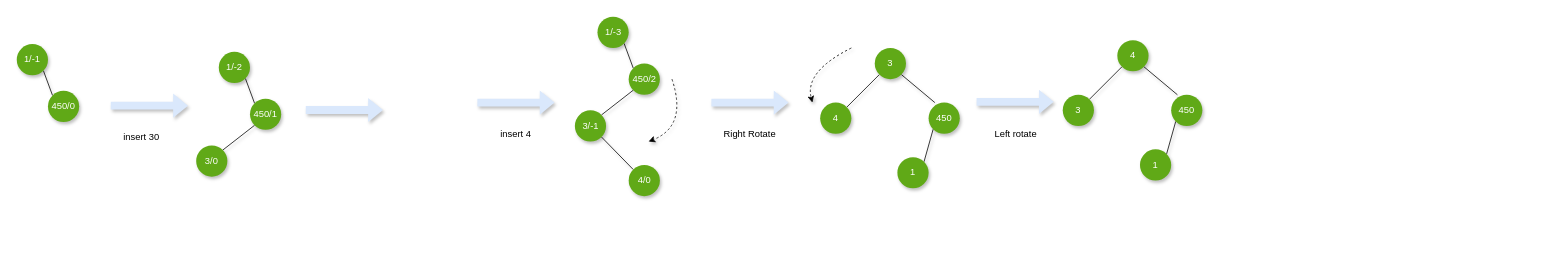
This is pages/programming/data-structure-and-algorithms/bst-avl-red-black.drawio from songtianyi/songtianyi.github.io, a draw.io file, before an edit. Source tidied: cells renumbered, new cells numbered last; positions are measured from the earlier drawing's top-left corner, leaving out a move shared by most shapes. Both pictures are drawn from the tidied source at 78%, with x=0, y=0 at pixel (16, 16).
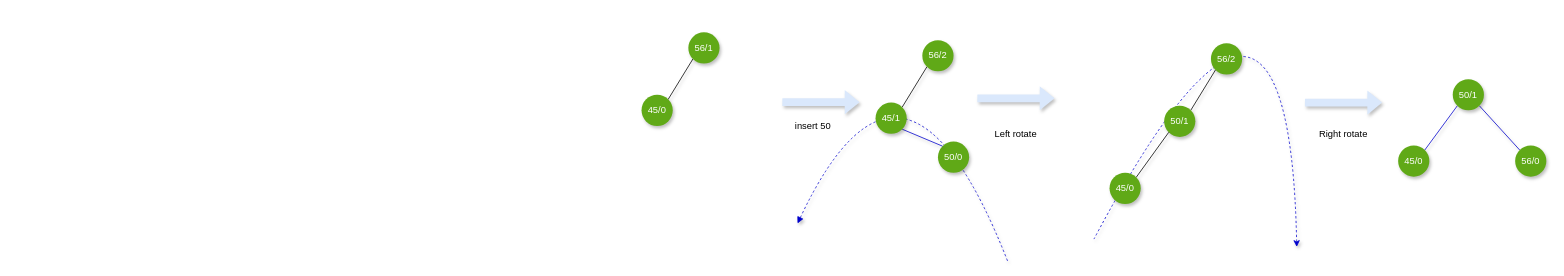
The same diagram, later.

What changed in the source:
```diff
@@
-    <mxCell id="1" parent="0" />
-    <mxCell id="2" style="shape=flexArrow;endArrow=classic;html=1;fillColor=#dae8fc;shadow=1;strokeColor=none;" parent="1" edge="1">
-      <mxGeometry relative="1" as="geometry">
-        <mxPoint x="890" y="110" as="sourcePoint" />
-        <mxPoint x="990" y="110" as="targetPoint" />
-      </mxGeometry>
-    </mxCell>
-    <mxCell id="3" style="curved=1;endArrow=classic;html=1;shadow=1;dashed=1;" parent="1" edge="1">
-      <mxGeometry relative="1" as="geometry">
-        <mxPoint x="840" y="80" as="sourcePoint" />
-        <mxPoint x="810" y="160" as="targetPoint" />
-        <Array as="points">
-          <mxPoint x="860" y="140" />
-        </Array>
-      </mxGeometry>
-    </mxCell>
-    <mxCell id="4" style="rounded=0;jettySize=auto;html=1;exitX=1;exitY=1;exitDx=0;exitDy=0;entryX=0;entryY=0;entryDx=0;entryDy=0;endArrow=none;endFill=0;shadow=1;fillColor=#60a917;" parent="1" edge="1" source="5" target="7">
-      <mxGeometry relative="1" as="geometry" />
-    </mxCell>
-    <mxCell id="5" value="1/-3" style="ellipse;whiteSpace=wrap;html=1;shadow=1;fillColor=#60a917;fontColor=#ffffff;strokeColor=none;" parent="1" vertex="1">
-      <mxGeometry x="744.5" width="40" height="40" as="geometry" />
-    </mxCell>
-    <mxCell id="6" style="edgeStyle=none;rounded=0;jettySize=auto;html=1;exitX=0;exitY=1;exitDx=0;exitDy=0;entryX=1;entryY=0;entryDx=0;entryDy=0;endArrow=none;endFill=0;shadow=1;fillColor=#60a917;" parent="1" edge="1" source="7" target="9">
-      <mxGeometry relative="1" as="geometry" />
-    </mxCell>
-    <mxCell id="7" value="450/2" style="ellipse;whiteSpace=wrap;html=1;shadow=1;fillColor=#60a917;fontColor=#ffffff;strokeColor=none;" parent="1" vertex="1">
-      <mxGeometry x="784.5" y="60" width="40" height="40" as="geometry" />
-    </mxCell>
-    <mxCell id="8" style="edgeStyle=none;rounded=0;jettySize=auto;html=1;exitX=1;exitY=1;exitDx=0;exitDy=0;entryX=0;entryY=0;entryDx=0;entryDy=0;shadow=1;endArrow=none;endFill=0;" parent="1" edge="1" source="9" target="10">
-      <mxGeometry relative="1" as="geometry" />
-    </mxCell>
-    <mxCell id="9" value="3/-1" style="ellipse;whiteSpace=wrap;html=1;shadow=1;fillColor=#60a917;fontColor=#ffffff;strokeColor=none;" parent="1" vertex="1">
-      <mxGeometry x="715.5" y="120" width="40" height="40" as="geometry" />
-    </mxCell>
-    <mxCell id="10" value="4/0" style="ellipse;whiteSpace=wrap;html=1;shadow=1;fillColor=#60a917;fontColor=#ffffff;strokeColor=none;" parent="1" vertex="1">
-      <mxGeometry x="784.5" y="190" width="40" height="40" as="geometry" />
-    </mxCell>
-    <mxCell id="11" style="edgeStyle=none;rounded=0;jettySize=auto;html=1;exitX=0;exitY=1;exitDx=0;exitDy=0;entryX=1;entryY=0;entryDx=0;entryDy=0;shadow=1;endArrow=none;endFill=0;" parent="1" edge="1" source="13" target="14">
-      <mxGeometry relative="1" as="geometry" />
-    </mxCell>
-    <mxCell id="12" style="edgeStyle=none;rounded=0;jettySize=auto;html=1;exitX=1;exitY=1;exitDx=0;exitDy=0;entryX=0.2;entryY=0;entryDx=0;entryDy=0;entryPerimeter=0;shadow=1;endArrow=none;endFill=0;" parent="1" edge="1" source="13" target="16">
-      <mxGeometry relative="1" as="geometry" />
-    </mxCell>
-    <mxCell id="13" value="3" style="ellipse;whiteSpace=wrap;html=1;shadow=1;fillColor=#60a917;fontColor=#ffffff;strokeColor=none;" parent="1" vertex="1">
-      <mxGeometry x="1100" y="40" width="40" height="40" as="geometry" />
-    </mxCell>
-    <mxCell id="14" value="4" style="ellipse;whiteSpace=wrap;html=1;shadow=1;fillColor=#60a917;fontColor=#ffffff;strokeColor=none;" parent="1" vertex="1">
-      <mxGeometry x="1030" y="110" width="40" height="40" as="geometry" />
-    </mxCell>
-    <mxCell id="15" style="edgeStyle=none;rounded=0;jettySize=auto;html=1;exitX=0;exitY=1;exitDx=0;exitDy=0;entryX=1;entryY=0;entryDx=0;entryDy=0;shadow=1;endArrow=none;endFill=0;" parent="1" edge="1" source="16" target="17">
-      <mxGeometry relative="1" as="geometry" />
-    </mxCell>
-    <mxCell id="16" value="450" style="ellipse;whiteSpace=wrap;html=1;shadow=1;fillColor=#60a917;fontColor=#ffffff;strokeColor=none;" parent="1" vertex="1">
-      <mxGeometry x="1169" y="110" width="40" height="40" as="geometry" />
-    </mxCell>
-    <mxCell id="17" value="1" style="ellipse;whiteSpace=wrap;html=1;shadow=1;fillColor=#60a917;fontColor=#ffffff;strokeColor=none;" parent="1" vertex="1">
-      <mxGeometry x="1129" y="180" width="40" height="40" as="geometry" />
-    </mxCell>
-    <mxCell id="18" value="Right Rotate" style="text;html=1;strokeColor=none;fillColor=none;align=center;verticalAlign=middle;whiteSpace=wrap;rounded=0;" parent="1" vertex="1">
-      <mxGeometry x="880" y="140" width="120" height="20" as="geometry" />
-    </mxCell>
-    <mxCell id="19" style="edgeStyle=none;rounded=0;jettySize=auto;html=1;exitX=0;exitY=1;exitDx=0;exitDy=0;entryX=1;entryY=0;entryDx=0;entryDy=0;shadow=1;endArrow=none;endFill=0;" parent="1" edge="1" source="21" target="22">
-      <mxGeometry relative="1" as="geometry" />
-    </mxCell>
-    <mxCell id="20" style="edgeStyle=none;rounded=0;jettySize=auto;html=1;exitX=1;exitY=1;exitDx=0;exitDy=0;entryX=0.2;entryY=0;entryDx=0;entryDy=0;entryPerimeter=0;shadow=1;endArrow=none;endFill=0;" parent="1" edge="1" source="21" target="24">
-      <mxGeometry relative="1" as="geometry" />
-    </mxCell>
-    <mxCell id="21" value="4" style="ellipse;whiteSpace=wrap;html=1;shadow=1;fillColor=#60a917;fontColor=#ffffff;strokeColor=none;" parent="1" vertex="1">
-      <mxGeometry x="1411" y="30" width="40" height="40" as="geometry" />
-    </mxCell>
-    <mxCell id="22" value="3" style="ellipse;whiteSpace=wrap;html=1;shadow=1;fillColor=#60a917;fontColor=#ffffff;strokeColor=none;" parent="1" vertex="1">
-      <mxGeometry x="1341" y="100" width="40" height="40" as="geometry" />
-    </mxCell>
-    <mxCell id="23" style="edgeStyle=none;rounded=0;jettySize=auto;html=1;exitX=0;exitY=1;exitDx=0;exitDy=0;entryX=1;entryY=0;entryDx=0;entryDy=0;shadow=1;endArrow=none;endFill=0;" parent="1" edge="1" source="24" target="25">
-      <mxGeometry relative="1" as="geometry" />
-    </mxCell>
-    <mxCell id="24" value="450" style="ellipse;whiteSpace=wrap;html=1;shadow=1;fillColor=#60a917;fontColor=#ffffff;strokeColor=none;" parent="1" vertex="1">
-      <mxGeometry x="1480" y="100" width="40" height="40" as="geometry" />
-    </mxCell>
-    <mxCell id="25" value="1" style="ellipse;whiteSpace=wrap;html=1;shadow=1;fillColor=#60a917;fontColor=#ffffff;strokeColor=none;" parent="1" vertex="1">
-      <mxGeometry x="1440" y="170" width="40" height="40" as="geometry" />
-    </mxCell>
-    <mxCell id="26" style="shape=flexArrow;endArrow=classic;html=1;fillColor=#dae8fc;shadow=1;strokeColor=none;" parent="1" edge="1">
-      <mxGeometry relative="1" as="geometry">
-        <mxPoint x="1230" y="109" as="sourcePoint" />
-        <mxPoint x="1330" y="109" as="targetPoint" />
-      </mxGeometry>
-    </mxCell>
+    <mxCell id="42" parent="0" />
+    <mxCell id="43" style="curved=1;endArrow=none;html=1;shadow=1;dashed=1;strokeColor=#0000CC;startArrow=block;startFill=1;endFill=0;" parent="42" edge="1">
+      <mxGeometry relative="1" as="geometry">
+        <mxPoint x="1001" y="265" as="sourcePoint" />
+        <mxPoint x="1271" y="315" as="targetPoint" />
+        <Array as="points">
+          <mxPoint x="1138" y="-25" />
+        </Array>
+      </mxGeometry>
+    </mxCell>
+    <mxCell id="44" style="curved=1;endArrow=none;html=1;shadow=1;dashed=1;strokeColor=#0000CC;startArrow=classic;startFill=1;endFill=0;" parent="42" edge="1">
+      <mxGeometry relative="1" as="geometry">
+        <mxPoint x="1641" y="295" as="sourcePoint" />
+        <mxPoint x="1381" y="285" as="targetPoint" />
+        <Array as="points">
+          <mxPoint x="1631" y="-185" />
+        </Array>
+      </mxGeometry>
+    </mxCell>
+    <mxCell id="45" value="50/0" style="ellipse;whiteSpace=wrap;html=1;shadow=1;fillColor=#60a917;fontColor=#ffffff;strokeColor=none;" parent="42" vertex="1">
+      <mxGeometry x="1181" y="160" width="40" height="40" as="geometry" />
+    </mxCell>
+    <mxCell id="46" style="rounded=0;jettySize=auto;html=1;exitX=0;exitY=1;exitDx=0;exitDy=0;entryX=1;entryY=0;entryDx=0;entryDy=0;endArrow=none;endFill=0;shadow=1;fillColor=#60a917;" parent="42" edge="1" source="47" target="48">
+      <mxGeometry relative="1" as="geometry" />
+    </mxCell>
+    <mxCell id="47" value="56/1" style="ellipse;whiteSpace=wrap;html=1;shadow=1;fillColor=#60a917;fontColor=#ffffff;strokeColor=none;" parent="42" vertex="1">
+      <mxGeometry x="861" y="20" width="40" height="40" as="geometry" />
+    </mxCell>
+    <mxCell id="48" value="45/0" style="ellipse;whiteSpace=wrap;html=1;shadow=1;fillColor=#60a917;fontColor=#ffffff;strokeColor=none;" parent="42" vertex="1">
+      <mxGeometry x="801" y="100" width="40" height="40" as="geometry" />
+    </mxCell>
+    <mxCell id="49" style="shape=flexArrow;endArrow=classic;html=1;fillColor=#dae8fc;shadow=1;strokeColor=none;" parent="42" edge="1">
+      <mxGeometry relative="1" as="geometry">
+        <mxPoint x="981" y="109.5" as="sourcePoint" />
+        <mxPoint x="1081" y="109.5" as="targetPoint" />
+        <Array as="points">
+          <mxPoint x="1001" y="109.5" />
+        </Array>
+      </mxGeometry>
+    </mxCell>
+    <mxCell id="50" value="insert 50" style="text;html=1;strokeColor=none;fillColor=none;align=center;verticalAlign=middle;whiteSpace=wrap;rounded=0;" parent="42" vertex="1">
+      <mxGeometry x="961" y="130" width="120" height="20" as="geometry" />
+    </mxCell>
+    <mxCell id="51" style="shape=flexArrow;endArrow=classic;html=1;fillColor=#dae8fc;shadow=1;strokeColor=none;" parent="42" edge="1">
+      <mxGeometry relative="1" as="geometry">
+        <mxPoint x="1231" y="104.5" as="sourcePoint" />
+        <mxPoint x="1331" y="104.5" as="targetPoint" />
+      </mxGeometry>
+    </mxCell>
-    <mxCell id="27" value="Left rotate" style="text;html=1;strokeColor=none;fillColor=none;align=center;verticalAlign=middle;whiteSpace=wrap;rounded=0;" parent="1" vertex="1">
+    <mxCell id="27" value="Left rotate" style="text;html=1;strokeColor=none;fillColor=none;align=center;verticalAlign=middle;whiteSpace=wrap;rounded=0;" parent="42" vertex="1">
       <mxGeometry x="1221" y="140" width="120" height="20" as="geometry" />
     </mxCell>
-    <mxCell id="28" style="curved=1;endArrow=classic;html=1;shadow=1;dashed=1;" parent="1" edge="1">
-      <mxGeometry relative="1" as="geometry">
-        <mxPoint x="1070" y="40" as="sourcePoint" />
-        <mxPoint x="1020" y="110" as="targetPoint" />
-        <Array as="points">
-          <mxPoint x="1010" y="70" />
-        </Array>
-      </mxGeometry>
-    </mxCell>
-    <mxCell id="29" style="rounded=0;jettySize=auto;html=1;exitX=1;exitY=1;exitDx=0;exitDy=0;entryX=0;entryY=0;entryDx=0;entryDy=0;endArrow=none;endFill=0;shadow=1;fillColor=#60a917;" parent="1" edge="1" source="30" target="32">
-      <mxGeometry relative="1" as="geometry" />
-    </mxCell>
-    <mxCell id="30" value="1/-2" style="ellipse;whiteSpace=wrap;html=1;shadow=1;fillColor=#60a917;fontColor=#ffffff;strokeColor=none;" parent="1" vertex="1">
-      <mxGeometry x="259" y="45" width="40" height="40" as="geometry" />
-    </mxCell>
-    <mxCell id="31" style="edgeStyle=none;rounded=0;jettySize=auto;html=1;exitX=0;exitY=1;exitDx=0;exitDy=0;entryX=1;entryY=0;entryDx=0;entryDy=0;endArrow=none;endFill=0;shadow=1;fillColor=#60a917;" parent="1" edge="1" source="32" target="33">
-      <mxGeometry relative="1" as="geometry" />
-    </mxCell>
-    <mxCell id="32" value="450/1" style="ellipse;whiteSpace=wrap;html=1;shadow=1;fillColor=#60a917;fontColor=#ffffff;strokeColor=none;" parent="1" vertex="1">
-      <mxGeometry x="299" y="105" width="40" height="40" as="geometry" />
-    </mxCell>
-    <mxCell id="33" value="3/0" style="ellipse;whiteSpace=wrap;html=1;shadow=1;fillColor=#60a917;fontColor=#ffffff;strokeColor=none;" parent="1" vertex="1">
-      <mxGeometry x="230" y="165" width="40" height="40" as="geometry" />
-    </mxCell>
-    <mxCell id="34" style="shape=flexArrow;endArrow=classic;html=1;fillColor=#dae8fc;shadow=1;strokeColor=none;" parent="1" edge="1">
-      <mxGeometry relative="1" as="geometry">
-        <mxPoint x="590" y="110" as="sourcePoint" />
-        <mxPoint x="690" y="110" as="targetPoint" />
-      </mxGeometry>
-    </mxCell>
-    <mxCell id="35" value="insert 4" style="text;html=1;strokeColor=none;fillColor=none;align=center;verticalAlign=middle;whiteSpace=wrap;rounded=0;" parent="1" vertex="1">
-      <mxGeometry x="580" y="140" width="120" height="20" as="geometry" />
-    </mxCell>
-    <mxCell id="36" style="rounded=0;jettySize=auto;html=1;exitX=1;exitY=1;exitDx=0;exitDy=0;entryX=0;entryY=0;entryDx=0;entryDy=0;endArrow=none;endFill=0;shadow=1;fillColor=#60a917;" parent="1" edge="1" source="37" target="38">
-      <mxGeometry relative="1" as="geometry" />
-    </mxCell>
-    <mxCell id="37" value="1/-1" style="ellipse;whiteSpace=wrap;html=1;shadow=1;fillColor=#60a917;fontColor=#ffffff;strokeColor=none;" parent="1" vertex="1">
-      <mxGeometry y="35" width="40" height="40" as="geometry" />
-    </mxCell>
-    <mxCell id="38" value="450/0" style="ellipse;whiteSpace=wrap;html=1;shadow=1;fillColor=#60a917;fontColor=#ffffff;strokeColor=none;" parent="1" vertex="1">
-      <mxGeometry x="40" y="95" width="40" height="40" as="geometry" />
-    </mxCell>
-    <mxCell id="39" style="shape=flexArrow;endArrow=classic;html=1;fillColor=#dae8fc;shadow=1;strokeColor=none;" parent="1" edge="1">
-      <mxGeometry relative="1" as="geometry">
-        <mxPoint x="120" y="114" as="sourcePoint" />
-        <mxPoint x="220" y="114" as="targetPoint" />
-        <Array as="points">
-          <mxPoint x="140" y="114" />
-        </Array>
-      </mxGeometry>
-    </mxCell>
-    <mxCell id="40" value="insert 30" style="text;html=1;strokeColor=none;fillColor=none;align=center;verticalAlign=middle;whiteSpace=wrap;rounded=0;" parent="1" vertex="1">
-      <mxGeometry x="100" y="145" width="120" height="20" as="geometry" />
-    </mxCell>
-    <mxCell id="41" style="shape=flexArrow;endArrow=classic;html=1;fillColor=#dae8fc;shadow=1;strokeColor=none;" parent="1" edge="1">
-      <mxGeometry relative="1" as="geometry">
-        <mxPoint x="370" y="119.5" as="sourcePoint" />
-        <mxPoint x="470" y="119.5" as="targetPoint" />
-      </mxGeometry>
-    </mxCell>
+    <mxCell id="52" style="shape=flexArrow;endArrow=classic;html=1;fillColor=#dae8fc;shadow=1;strokeColor=none;" parent="42" edge="1">
+      <mxGeometry relative="1" as="geometry">
+        <mxPoint x="1651" y="110" as="sourcePoint" />
+        <mxPoint x="1751" y="110" as="targetPoint" />
+      </mxGeometry>
+    </mxCell>
+    <mxCell id="53" value="45/0" style="ellipse;whiteSpace=wrap;html=1;shadow=1;fillColor=#60a917;fontColor=#ffffff;strokeColor=none;" parent="42" vertex="1">
+      <mxGeometry x="1771" y="165" width="40" height="40" as="geometry" />
+    </mxCell>
+    <mxCell id="54" value="Right rotate" style="text;html=1;strokeColor=none;fillColor=none;align=center;verticalAlign=middle;whiteSpace=wrap;rounded=0;" parent="42" vertex="1">
+      <mxGeometry x="1641" y="140" width="120" height="20" as="geometry" />
+    </mxCell>
+    <mxCell id="55" style="edgeStyle=none;rounded=0;jettySize=auto;html=1;exitX=0;exitY=1;exitDx=0;exitDy=0;entryX=1;entryY=0;entryDx=0;entryDy=0;shadow=1;endArrow=none;endFill=0;strokeColor=#0000CC;" parent="42" edge="1" source="57" target="53">
+      <mxGeometry relative="1" as="geometry" />
+    </mxCell>
+    <mxCell id="56" style="edgeStyle=none;rounded=0;jettySize=auto;html=1;exitX=1;exitY=1;exitDx=0;exitDy=0;entryX=0;entryY=0;entryDx=0;entryDy=0;shadow=1;endArrow=none;endFill=0;strokeColor=#0000CC;" parent="42" edge="1" source="57" target="58">
+      <mxGeometry relative="1" as="geometry" />
+    </mxCell>
+    <mxCell id="57" value="50/1" style="ellipse;whiteSpace=wrap;html=1;shadow=1;fillColor=#60a917;fontColor=#ffffff;strokeColor=none;" parent="42" vertex="1">
+      <mxGeometry x="1841" y="80" width="40" height="40" as="geometry" />
+    </mxCell>
+    <mxCell id="58" value="56/0" style="ellipse;whiteSpace=wrap;html=1;shadow=1;fillColor=#60a917;fontColor=#ffffff;strokeColor=none;" parent="42" vertex="1">
+      <mxGeometry x="1921" y="165" width="40" height="40" as="geometry" />
+    </mxCell>
+    <mxCell id="59" style="rounded=0;jettySize=auto;html=1;exitX=0;exitY=1;exitDx=0;exitDy=0;entryX=1;entryY=0;entryDx=0;entryDy=0;endArrow=none;endFill=0;shadow=1;fillColor=#60a917;" parent="42" edge="1" source="60" target="62">
+      <mxGeometry relative="1" as="geometry" />
+    </mxCell>
+    <mxCell id="60" value="56/2" style="ellipse;whiteSpace=wrap;html=1;shadow=1;fillColor=#60a917;fontColor=#ffffff;strokeColor=none;" parent="42" vertex="1">
+      <mxGeometry x="1161" y="30" width="40" height="40" as="geometry" />
+    </mxCell>
+    <mxCell id="61" style="edgeStyle=none;rounded=0;jettySize=auto;html=1;exitX=1;exitY=1;exitDx=0;exitDy=0;entryX=0;entryY=0;entryDx=0;entryDy=0;shadow=1;endArrow=none;endFill=0;strokeColor=#0000CC;" parent="42" edge="1" source="62" target="45">
+      <mxGeometry relative="1" as="geometry" />
+    </mxCell>
+    <mxCell id="62" value="45/1" style="ellipse;whiteSpace=wrap;html=1;shadow=1;fillColor=#60a917;fontColor=#ffffff;strokeColor=none;" parent="42" vertex="1">
+      <mxGeometry x="1101" y="110" width="40" height="40" as="geometry" />
+    </mxCell>
+    <mxCell id="63" style="rounded=0;jettySize=auto;html=1;exitX=0;exitY=1;exitDx=0;exitDy=0;entryX=1;entryY=0;entryDx=0;entryDy=0;endArrow=none;endFill=0;shadow=1;fillColor=#60a917;" parent="42" edge="1" source="64" target="65">
+      <mxGeometry relative="1" as="geometry" />
+    </mxCell>
+    <mxCell id="64" value="56/2" style="ellipse;whiteSpace=wrap;html=1;shadow=1;fillColor=#60a917;fontColor=#ffffff;strokeColor=none;" parent="42" vertex="1">
+      <mxGeometry x="1531" y="34" width="40" height="40" as="geometry" />
+    </mxCell>
+    <mxCell id="65" value="50/1" style="ellipse;whiteSpace=wrap;html=1;shadow=1;fillColor=#60a917;fontColor=#ffffff;strokeColor=none;" parent="42" vertex="1">
+      <mxGeometry x="1471" y="114" width="40" height="40" as="geometry" />
+    </mxCell>
+    <mxCell id="66" style="edgeStyle=none;rounded=0;jettySize=auto;html=1;exitX=1;exitY=0;exitDx=0;exitDy=0;entryX=0;entryY=1;entryDx=0;entryDy=0;shadow=1;startArrow=none;startFill=0;endArrow=none;endFill=0;" parent="42" edge="1" source="67" target="65">
+      <mxGeometry relative="1" as="geometry" />
+    </mxCell>
+    <mxCell id="67" value="45/0" style="ellipse;whiteSpace=wrap;html=1;shadow=1;fillColor=#60a917;fontColor=#ffffff;strokeColor=none;" parent="42" vertex="1">
+      <mxGeometry x="1401" y="200" width="40" height="40" as="geometry" />
+    </mxCell>
```
